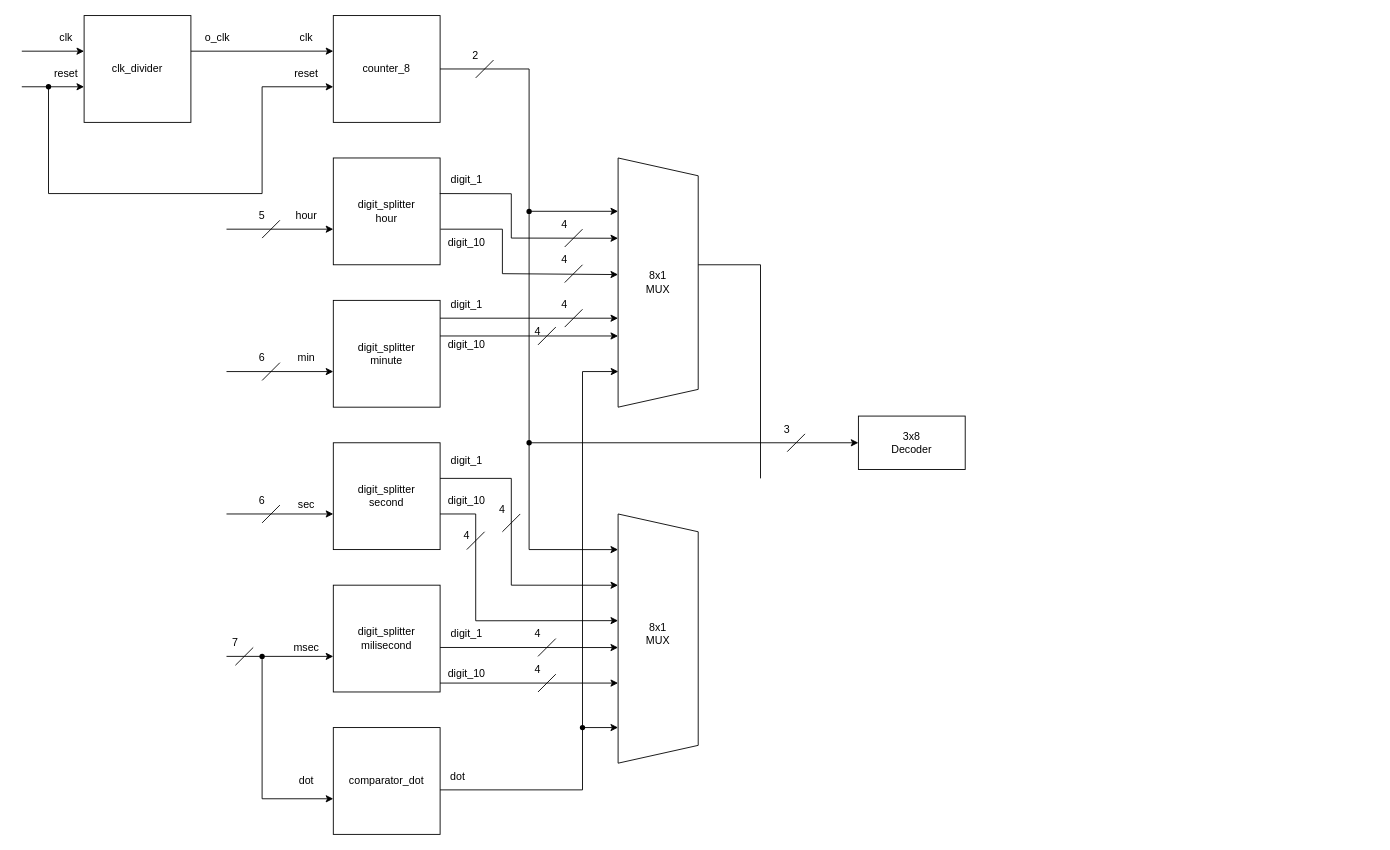
The draw.io diagram fnd_controller.drawio in Friday930/draw_io, before the edit. Source tidied: cells renumbered, new cells numbered last; positions are measured from the earlier drawing's top-left corner, leaving out a move shared by most shapes. Both pictures are drawn from the tidied source at 89%, with x=0, y=0 at pixel (21, 15).
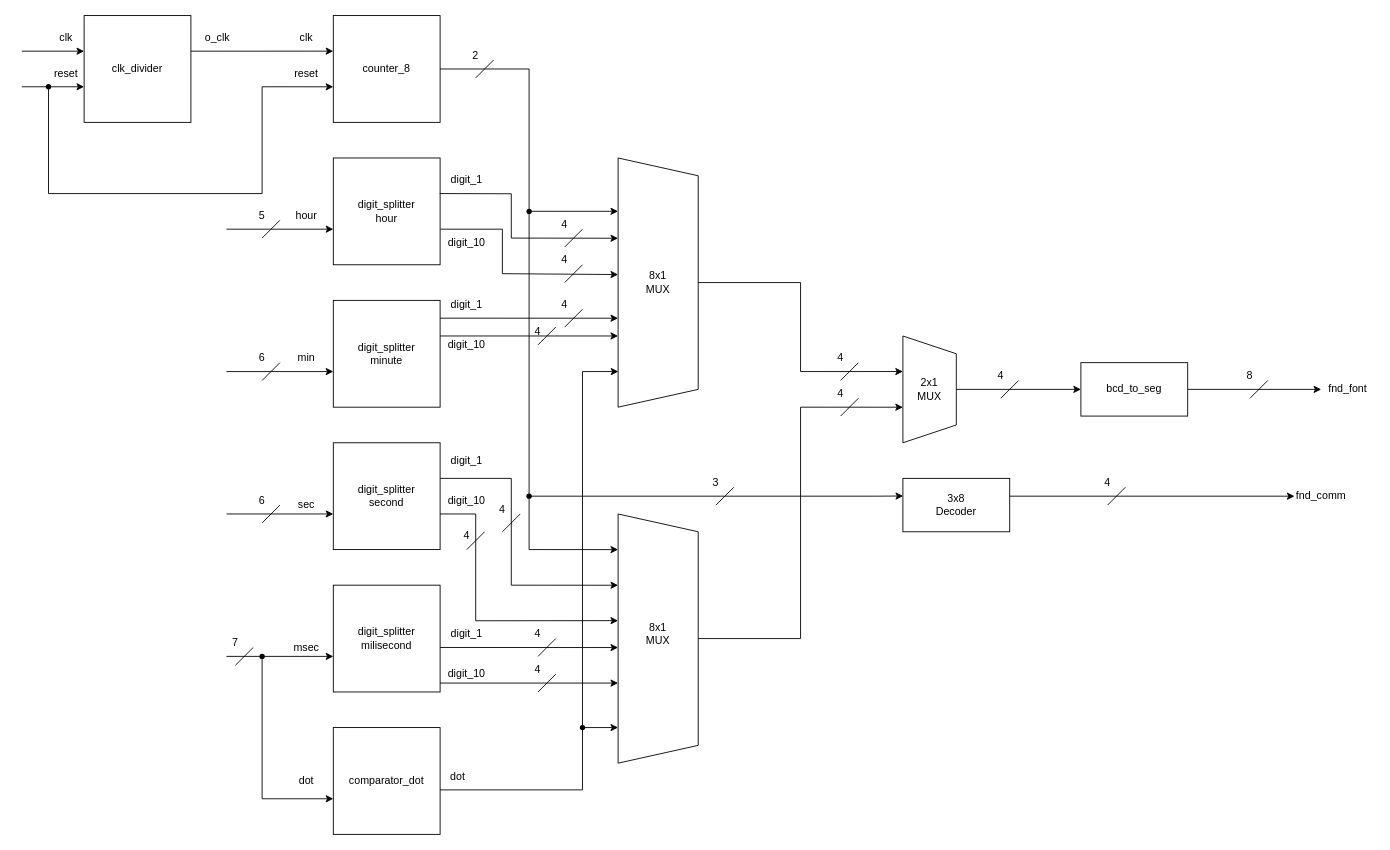
After the change.

Unchanged cells that the change refers to:
```xml
<mxCell id="32" style="shape=trapezoid;perimeter=trapezoidPerimeter;whiteSpace=wrap;html=1;fixedSize=1;direction=south;" parent="1" vertex="1">
  <mxGeometry x="670" y="160" width="90" height="280" as="geometry" />
</mxCell>
<mxCell id="33" style="shape=trapezoid;perimeter=trapezoidPerimeter;whiteSpace=wrap;html=1;fixedSize=1;direction=south;" parent="1" vertex="1">
  <mxGeometry x="670" y="560" width="90" height="280" as="geometry" />
</mxCell>
<mxCell id="59" value="4" style="text;html=1;align=center;verticalAlign=middle;whiteSpace=wrap;rounded=0;" parent="1" vertex="1">
  <mxGeometry x="510" y="540" width="60" height="30" as="geometry" />
</mxCell>
```

What changed in the source:
```diff
@@
-    <mxCell id="83" style="endArrow=classic;html=1;rounded=0;" parent="1" edge="1" source="86" target="84">
-      <mxGeometry relative="1" as="geometry" />
+    <mxCell id="83" style="endArrow=classic;html=1;rounded=0;exitDx=0;exitDy=0;entryX=0.002;entryY=0.33;entryDx=0;entryDy=0;entryPerimeter=0;" parent="1" edge="1" source="94" target="84">
+      <mxGeometry relative="1" as="geometry">
+        <Array as="points">
+          <mxPoint x="960" y="540" />
+        </Array>
+      </mxGeometry>
     </mxCell>
     <mxCell id="84" value="3x8&lt;div&gt;Decoder&lt;/div&gt;" style="rounded=0;whiteSpace=wrap;html=1;" parent="1" vertex="1">
-      <mxGeometry x="940" y="450" width="120" height="60" as="geometry" />
+      <mxGeometry x="990" y="520" width="120" height="60" as="geometry" />
     </mxCell>
-    <mxCell id="85" style="endArrow=classic;html=1;rounded=0;" parent="1" edge="1" target="86">
+    <mxCell id="85" style="endArrow=classic;html=1;rounded=0;" parent="1" edge="1">
       <mxGeometry relative="1" as="geometry">
         <mxPoint x="570" y="480" as="sourcePoint" />
+        <mxPoint x="570" y="480" as="targetPoint" />
       </mxGeometry>
     </mxCell>
-    <mxCell id="86" style="shape=waypoint;sketch=0;fillStyle=solid;size=6;points=[];fillColor=none;perimeter=centerPerimeter;snapToPoint=1;" parent="1" vertex="1">
-      <mxGeometry x="560" y="470" width="20" height="20" as="geometry" />
-    </mxCell>
     <mxCell id="87" style="endArrow=none;html=1;rounded=0;" parent="1" edge="1">
       <mxGeometry relative="1" as="geometry">
-        <mxPoint x="860" y="490" as="sourcePoint" />
-        <mxPoint x="880" y="470" as="targetPoint" />
+        <mxPoint x="780" y="550" as="sourcePoint" />
+        <mxPoint x="800" y="530" as="targetPoint" />
       </mxGeometry>
     </mxCell>
     <mxCell id="88" value="3" style="text;html=1;align=center;verticalAlign=middle;whiteSpace=wrap;rounded=0;" parent="1" vertex="1">
-      <mxGeometry x="830" y="450" width="60" height="30" as="geometry" />
+      <mxGeometry x="750" y="510" width="60" height="30" as="geometry" />
     </mxCell>
-    <mxCell id="89" style="endArrow=none;html=1;rounded=0;" parent="1" edge="1">
-      <mxGeometry relative="1" as="geometry">
-        <mxPoint x="760" y="280" as="sourcePoint" />
-        <mxPoint x="830" y="520" as="targetPoint" />
-        <Array as="points">
-          <mxPoint x="830" y="280" />
-        </Array>
-      </mxGeometry>
-    </mxCell>
+    <mxCell id="90" style="shape=trapezoid;perimeter=trapezoidPerimeter;whiteSpace=wrap;html=1;fixedSize=1;direction=south;" parent="1" vertex="1">
+      <mxGeometry x="990" y="360" width="60" height="120" as="geometry" />
+    </mxCell>
+    <mxCell id="91" style="edgeStyle=orthogonalEdgeStyle;rounded=0;jettySize=auto;html=1;entryX=0.333;entryY=1;entryDx=0;entryDy=0;entryPerimeter=0;" parent="1" edge="1" source="32" target="90">
+      <mxGeometry relative="1" as="geometry" />
+    </mxCell>
+    <mxCell id="92" style="edgeStyle=orthogonalEdgeStyle;rounded=0;jettySize=auto;html=1;entryX=0.667;entryY=1;entryDx=0;entryDy=0;entryPerimeter=0;" parent="1" edge="1" source="33" target="90">
+      <mxGeometry relative="1" as="geometry" />
+    </mxCell>
+    <mxCell id="93" style="endArrow=classic;html=1;rounded=0;exitX=1;exitY=0;exitDx=0;exitDy=0;entryDx=0;entryDy=0;entryPerimeter=0;" parent="1" edge="1" source="59" target="94">
+      <mxGeometry relative="1" as="geometry" />
+    </mxCell>
+    <mxCell id="94" style="shape=waypoint;sketch=0;fillStyle=solid;size=6;points=[];fillColor=none;perimeter=centerPerimeter;snapToPoint=1;" parent="1" vertex="1">
+      <mxGeometry x="560" y="530" width="20" height="20" as="geometry" />
+    </mxCell>
+    <mxCell id="95" style="endArrow=none;html=1;rounded=0;" parent="1" edge="1">
+      <mxGeometry relative="1" as="geometry">
+        <mxPoint x="920" y="410" as="sourcePoint" />
+        <mxPoint x="940" y="390" as="targetPoint" />
+      </mxGeometry>
+    </mxCell>
+    <mxCell id="96" value="4" style="text;html=1;align=center;verticalAlign=middle;whiteSpace=wrap;rounded=0;" parent="1" vertex="1">
+      <mxGeometry x="890" y="370" width="60" height="30" as="geometry" />
+    </mxCell>
+    <mxCell id="97" style="endArrow=none;html=1;rounded=0;" parent="1" edge="1">
+      <mxGeometry relative="1" as="geometry">
+        <mxPoint x="920" y="450" as="sourcePoint" />
+        <mxPoint x="940" y="430" as="targetPoint" />
+      </mxGeometry>
+    </mxCell>
+    <mxCell id="98" value="4" style="text;html=1;align=center;verticalAlign=middle;whiteSpace=wrap;rounded=0;" parent="1" vertex="1">
+      <mxGeometry x="890" y="410" width="60" height="30" as="geometry" />
+    </mxCell>
+    <mxCell id="99" value="2x1&lt;div&gt;MUX&lt;/div&gt;" style="text;html=1;align=center;verticalAlign=middle;whiteSpace=wrap;rounded=0;" parent="1" vertex="1">
+      <mxGeometry x="990" y="405" width="60" height="30" as="geometry" />
+    </mxCell>
+    <mxCell id="100" style="endArrow=classic;html=1;rounded=0;" parent="1" edge="1" target="102">
+      <mxGeometry relative="1" as="geometry">
+        <mxPoint x="1050" y="420" as="sourcePoint" />
+      </mxGeometry>
+    </mxCell>
+    <mxCell id="101" style="edgeStyle=orthogonalEdgeStyle;rounded=0;jettySize=auto;html=1;" parent="1" edge="1" source="102">
+      <mxGeometry relative="1" as="geometry">
+        <mxPoint x="1460" y="420" as="targetPoint" />
+      </mxGeometry>
+    </mxCell>
+    <mxCell id="102" value="bcd_to_seg" style="rounded=0;whiteSpace=wrap;html=1;" parent="1" vertex="1">
+      <mxGeometry x="1190" y="390" width="120" height="60" as="geometry" />
+    </mxCell>
+    <mxCell id="103" style="endArrow=none;html=1;rounded=0;" parent="1" edge="1">
+      <mxGeometry relative="1" as="geometry">
+        <mxPoint x="1100" y="430" as="sourcePoint" />
+        <mxPoint x="1120" y="410" as="targetPoint" />
+      </mxGeometry>
+    </mxCell>
+    <mxCell id="104" value="4" style="text;html=1;align=center;verticalAlign=middle;whiteSpace=wrap;rounded=0;" parent="1" vertex="1">
+      <mxGeometry x="1070" y="390" width="60" height="30" as="geometry" />
+    </mxCell>
+    <mxCell id="105" style="endArrow=classic;html=1;rounded=0;" parent="1" edge="1">
+      <mxGeometry relative="1" as="geometry">
+        <mxPoint x="1110" y="540" as="sourcePoint" />
+        <mxPoint x="1430" y="540" as="targetPoint" />
+      </mxGeometry>
+    </mxCell>
+    <mxCell id="106" style="endArrow=none;html=1;rounded=0;" parent="1" edge="1">
+      <mxGeometry relative="1" as="geometry">
+        <mxPoint x="1220" y="550" as="sourcePoint" />
+        <mxPoint x="1240" y="530" as="targetPoint" />
+      </mxGeometry>
+    </mxCell>
+    <mxCell id="107" value="4" style="text;html=1;align=center;verticalAlign=middle;whiteSpace=wrap;rounded=0;" parent="1" vertex="1">
+      <mxGeometry x="1190" y="510" width="60" height="30" as="geometry" />
+    </mxCell>
+    <mxCell id="108" style="endArrow=none;html=1;rounded=0;" parent="1" edge="1">
+      <mxGeometry relative="1" as="geometry">
+        <mxPoint x="1380" y="430" as="sourcePoint" />
+        <mxPoint x="1400" y="410" as="targetPoint" />
+      </mxGeometry>
+    </mxCell>
+    <mxCell id="109" value="8" style="text;html=1;align=center;verticalAlign=middle;whiteSpace=wrap;rounded=0;" parent="1" vertex="1">
+      <mxGeometry x="1350" y="390" width="60" height="30" as="geometry" />
+    </mxCell>
+    <mxCell id="110" value="fnd_font" style="text;html=1;align=center;verticalAlign=middle;whiteSpace=wrap;rounded=0;" parent="1" vertex="1">
+      <mxGeometry x="1460" y="405" width="60" height="30" as="geometry" />
+    </mxCell>
+    <mxCell id="111" value="fnd_comm" style="text;html=1;align=center;verticalAlign=middle;whiteSpace=wrap;rounded=0;" parent="1" vertex="1">
+      <mxGeometry x="1430" y="525" width="60" height="30" as="geometry" />
+    </mxCell>
```
